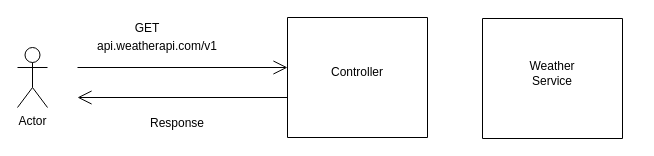
IrynaUkr/weather_api keeps this draw.io diagram as weather_api_get_request.drawio. Above is the earlier version. Source tidied: cells renumbered, new cells numbered last; positions are measured from the earlier drawing's top-left corner, leaving out a move shared by most shapes. Both pictures are drawn from the tidied source at 100%, with x=0, y=0 at pixel (17, 17).
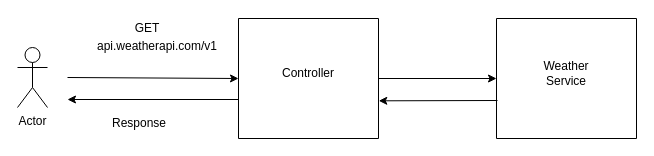
After the change.

Diff of the diagram source:
```diff
@@
 <mxGraphModel>
   <root>
     <mxCell id="0" />
     <mxCell id="1" parent="0" />
     <mxCell id="2" value="Actor" style="shape=umlActor;verticalLabelPosition=bottom;verticalAlign=top;html=1;" parent="1" vertex="1">
       <mxGeometry y="30" width="30" height="60" as="geometry" />
     </mxCell>
-    <mxCell id="3" style="endArrow=open;endFill=1;endSize=12;html=1;rounded=0;startArrow=none;" parent="1" edge="1">
-      <mxGeometry relative="1" as="geometry">
-        <mxPoint x="60" y="50" as="sourcePoint" />
-        <mxPoint x="270" y="50" as="targetPoint" />
-      </mxGeometry>
-    </mxCell>
     <mxCell id="4" style="swimlane;startSize=0;" parent="1" vertex="1">
-      <mxGeometry x="270" width="140" height="120" as="geometry" />
+      <mxGeometry x="221" y="1" width="140" height="120" as="geometry" />
     </mxCell>
     <mxCell id="5" value="Controller" style="text;html=1;strokeColor=none;fillColor=none;align=center;verticalAlign=middle;whiteSpace=wrap;rounded=0;" parent="4" vertex="1">
       <mxGeometry x="40" y="40" width="60" height="30" as="geometry" />
     </mxCell>
     <mxCell id="6" style="swimlane;startSize=0;" parent="1" vertex="1">
-      <mxGeometry x="465" y="1" width="140" height="120" as="geometry" />
+      <mxGeometry x="479" y="1" width="140" height="120" as="geometry" />
     </mxCell>
     <mxCell id="7" value="Weather Service" style="text;html=1;strokeColor=none;fillColor=none;align=center;verticalAlign=middle;whiteSpace=wrap;rounded=0;" parent="6" vertex="1">
       <mxGeometry x="40" y="40" width="60" height="30" as="geometry" />
     </mxCell>
-    <mxCell id="8" style="endArrow=open;endFill=1;endSize=12;html=1;rounded=0;" parent="1" edge="1">
-      <mxGeometry relative="1" as="geometry">
-        <mxPoint x="270" y="80" as="sourcePoint" />
-        <mxPoint x="60" y="80" as="targetPoint" />
-      </mxGeometry>
-    </mxCell>
     <mxCell id="9" value="Response" style="text;html=1;strokeColor=none;fillColor=none;align=center;verticalAlign=middle;whiteSpace=wrap;rounded=0;" parent="1" vertex="1">
-      <mxGeometry x="130" y="91" width="60" height="30" as="geometry" />
+      <mxGeometry x="92" y="91" width="60" height="30" as="geometry" />
     </mxCell>
     <mxCell id="10" value="GET" style="text;html=1;strokeColor=none;fillColor=none;align=center;verticalAlign=middle;whiteSpace=wrap;rounded=0;" parent="1" vertex="1">
       <mxGeometry x="100" y="1" width="60" height="20" as="geometry" />
     </mxCell>
     <mxCell id="11" value="api.weatherapi.com/v1&lt;p style=&quot;text-align:justify;border:none;mso-padding-alt:0cm 0cm 0cm 0cm&quot; class=&quot;Body&quot;&gt;&lt;a href=&quot;https://www.weatherapi.com/docs/&quot;&gt;&lt;/a&gt;&lt;span style=&quot;color:windowtext&quot; lang=&quot;EN-GB&quot;&gt;&lt;/span&gt;&lt;span style=&quot;font-size:11.0pt;font-family:&amp;quot;Calibri&amp;quot;,sans-serif;mso-ascii-theme-font:&lt;br/&gt;minor-latin;mso-hansi-theme-font:minor-latin;mso-bidi-theme-font:minor-latin;&lt;br/&gt;color:windowtext&quot; lang=&quot;EN-GB&quot;&gt;&lt;/span&gt;&lt;/p&gt;" style="text;html=1;strokeColor=none;fillColor=none;align=center;verticalAlign=middle;whiteSpace=wrap;rounded=0;" parent="1" vertex="1">
       <mxGeometry x="110" y="20" width="60" height="30" as="geometry" />
     </mxCell>
+    <mxCell id="12" style="endArrow=classic;html=1;rounded=0;entryX=0;entryY=0.5;entryDx=0;entryDy=0;" parent="1" edge="1" target="4">
+      <mxGeometry relative="1" as="geometry">
+        <mxPoint x="50" y="60" as="sourcePoint" />
+      </mxGeometry>
+    </mxCell>
+    <mxCell id="13" style="endArrow=classic;html=1;rounded=0;exitX=1;exitY=0.5;exitDx=0;exitDy=0;entryX=0;entryY=0.5;entryDx=0;entryDy=0;" parent="1" edge="1" source="4" target="6">
+      <mxGeometry relative="1" as="geometry" />
+    </mxCell>
+    <mxCell id="14" style="endArrow=classic;html=1;rounded=0;entryX=1.002;entryY=0.686;entryDx=0;entryDy=0;entryPerimeter=0;" parent="1" edge="1" target="4">
+      <mxGeometry relative="1" as="geometry">
+        <mxPoint x="480" y="83" as="sourcePoint" />
+      </mxGeometry>
+    </mxCell>
+    <mxCell id="15" style="endArrow=classic;html=1;rounded=0;exitX=-0.024;exitY=0.697;exitDx=0;exitDy=0;exitPerimeter=0;" parent="1" edge="1">
+      <mxGeometry relative="1" as="geometry">
+        <mxPoint x="221" y="82" as="sourcePoint" />
+        <mxPoint x="50" y="82" as="targetPoint" />
+      </mxGeometry>
+    </mxCell>
   </root>
 </mxGraphModel>
```
